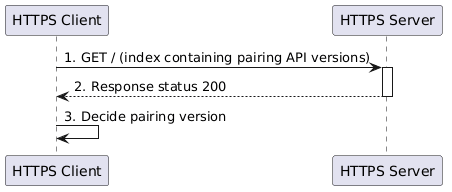
Before: website/static/img/communication-layer/api_version_selection.png, a diagram exported from PlantUML (flexiblepower/s2-documentation).
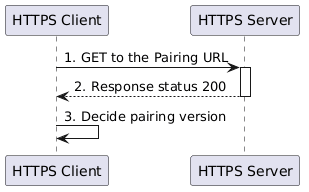
The same file after the commit.

Commit message:
Rephrased HTTP GET request to root URL

What changed in the source:
```diff
@@ -2,7 +2,7 @@
 participant "HTTPS Client" as Client
 participant "HTTPS Server" as Server
 
-Client->Server++: 1. GET / (index containing pairing API versions)
+Client->Server++: 1. GET to the Pairing URL
 Server-->Client: 2. Response status 200
 deactivate Server
 Client->Client: 3. Decide pairing version
```
